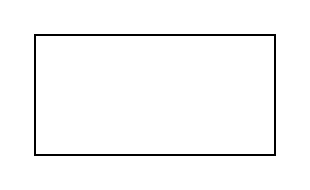
Above: 05_web_ronbun/usecase.drawio in syouya2236/ohara_uml (draw.io), before the change. Source tidied: cells renumbered, new cells numbered last; positions are measured from the earlier drawing's top-left corner, leaving out a move shared by most shapes. Both pictures are drawn from the tidied source at 200%, with x=0, y=0 at pixel (34, 34).
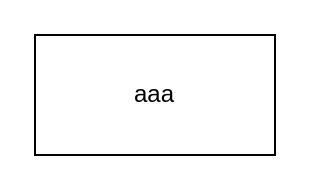
Above is the later version.

Change to the diagram source:
```diff
@@
 <mxGraphModel>
   <root>
     <mxCell id="0" />
     <mxCell id="1" parent="0" />
-    <mxCell id="2" style="whiteSpace=wrap;html=1;" parent="1" vertex="1">
+    <mxCell id="2" value="aaa" style="whiteSpace=wrap;html=1;" parent="1" vertex="1">
       <mxGeometry width="120" height="60" as="geometry" />
     </mxCell>
   </root>
 </mxGraphModel>
```
